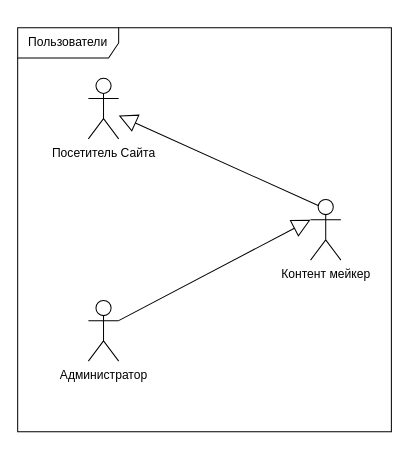
Above: page "use case - все пользователи" (1 of 4) of docs/UML Use-Case Diagram.drawio in NativCos/CSF.Semestr6.TPO (draw.io), before the change. Source tidied: cells renumbered, new cells numbered last; positions are measured from the earlier drawing's top-left corner, leaving out a move shared by most shapes. Both pictures are drawn from the tidied source at 101%, with x=0, y=0 at pixel (17, 27).
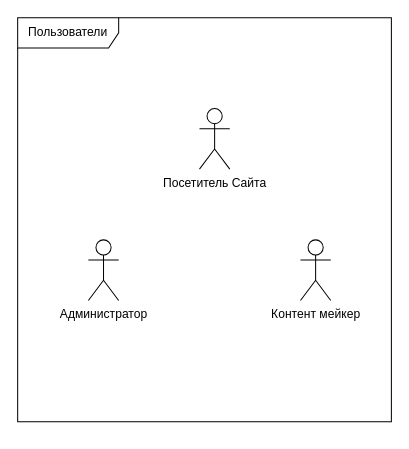
Above is the later version.

What changed in the source:
```diff
@@
 <mxGraphModel>
   <root>
     <mxCell id="0" />
     <mxCell id="1" parent="0" />
     <mxCell id="2" value="Пользователи" style="shape=umlFrame;whiteSpace=wrap;html=1;width=100;height=30;" parent="1" vertex="1">
-      <mxGeometry width="370" height="400" as="geometry" />
+      <mxGeometry y="-10" width="370" height="400" as="geometry" />
     </mxCell>
     <mxCell id="3" value="Посетитель Сайта" style="shape=umlActor;verticalLabelPosition=bottom;labelBackgroundColor=#ffffff;verticalAlign=top;html=1;" parent="1" vertex="1">
-      <mxGeometry x="70" y="50" width="30" height="60" as="geometry" />
+      <mxGeometry x="180" y="80" width="30" height="60" as="geometry" />
     </mxCell>
     <mxCell id="4" value="Контент мейкер" style="shape=umlActor;verticalLabelPosition=bottom;labelBackgroundColor=#ffffff;verticalAlign=top;html=1;" parent="1" vertex="1">
-      <mxGeometry x="290" y="170" width="30" height="60" as="geometry" />
+      <mxGeometry x="280" y="210" width="30" height="60" as="geometry" />
     </mxCell>
     <mxCell id="5" value="Администратор" style="shape=umlActor;verticalLabelPosition=bottom;labelBackgroundColor=#ffffff;verticalAlign=top;html=1;" parent="1" vertex="1">
-      <mxGeometry x="70" y="270" width="30" height="60" as="geometry" />
+      <mxGeometry x="70" y="210" width="30" height="60" as="geometry" />
     </mxCell>
-    <mxCell id="6" style="endArrow=block;endSize=16;endFill=0;html=1;exitX=0.25;exitY=0.1;exitDx=0;exitDy=0;exitPerimeter=0;" parent="1" edge="1" source="4" target="3">
-      <mxGeometry relative="1" as="geometry" />
-    </mxCell>
-    <mxCell id="7" style="endArrow=block;endSize=16;endFill=0;html=1;exitX=1;exitY=0.3333333333333333;exitDx=0;exitDy=0;exitPerimeter=0;entryX=0;entryY=0.3333333333333333;entryDx=0;entryDy=0;entryPerimeter=0;" parent="1" edge="1" source="5" target="4">
-      <mxGeometry relative="1" as="geometry" />
-    </mxCell>
   </root>
 </mxGraphModel>
```
